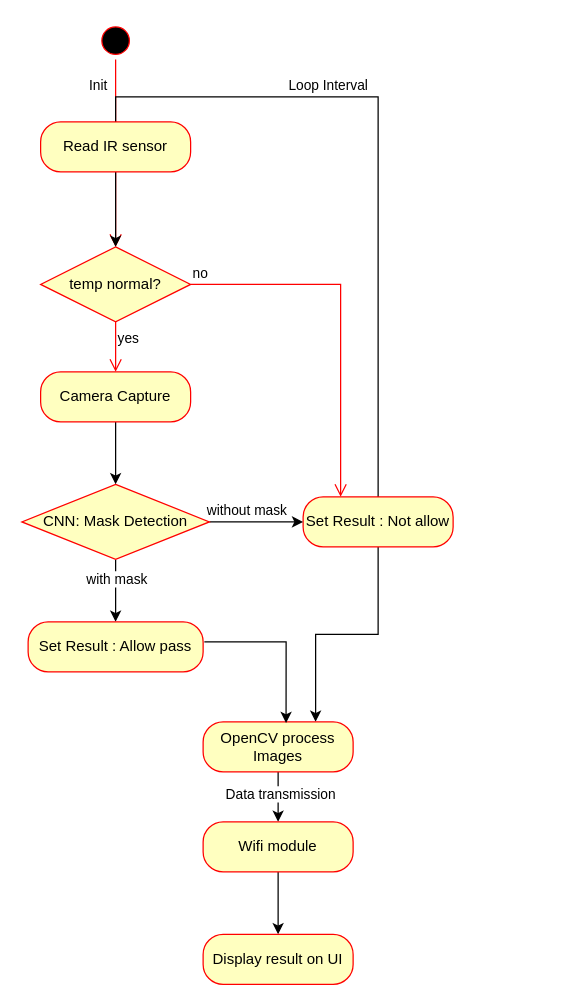
Above: page "status diagram" (4 of 4) of Untitled Diagram.drawio in ArcueidShiki/SmartEntrySystem (draw.io), before the change. Source tidied: cells renumbered, new cells numbered last; positions are measured from the earlier drawing's top-left corner, leaving out a move shared by most shapes. Both pictures are drawn from the tidied source at 125%, with x=0, y=0 at pixel (21, 21).
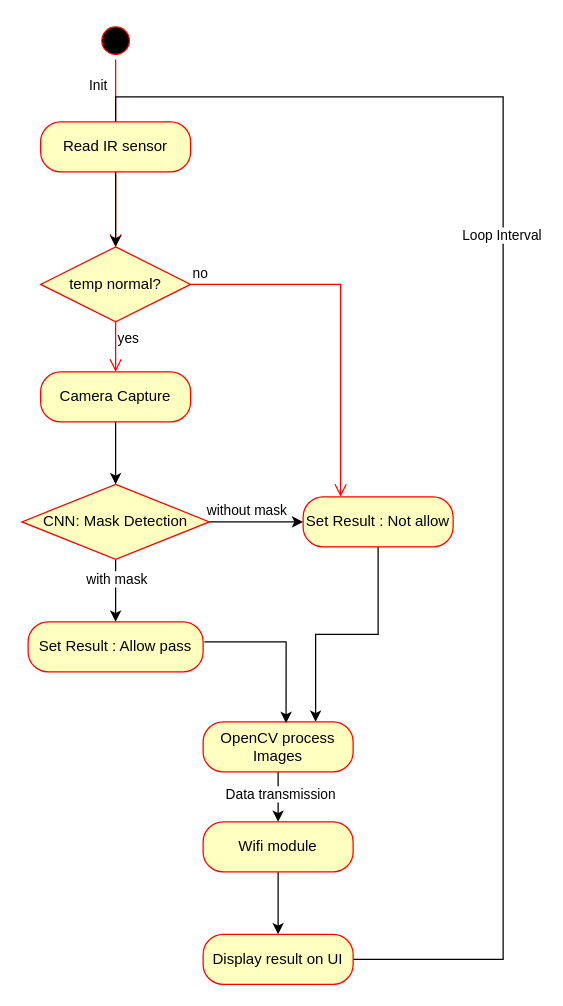
The same page after the edit.

The change refers to these unchanged cells:
```xml
<mxCell id="2" value="temp normal?" style="rhombus;whiteSpace=wrap;html=1;fontColor=#000000;fillColor=#ffffc0;strokeColor=#ff0000;" parent="1" vertex="1">
  <mxGeometry x="15" y="180" width="120" height="60" as="geometry" />
</mxCell>
<mxCell id="11" value="Set Result : Not allow" style="rounded=1;whiteSpace=wrap;html=1;arcSize=40;fontColor=#000000;fillColor=#ffffc0;strokeColor=#ff0000;" parent="1" vertex="1">
  <mxGeometry x="225" y="380" width="120" height="40" as="geometry" />
</mxCell>
<mxCell id="27" value="Display result on UI" style="rounded=1;whiteSpace=wrap;html=1;arcSize=40;fontColor=#000000;fillColor=#ffffc0;strokeColor=#ff0000;" parent="1" vertex="1">
  <mxGeometry x="145" y="730" width="120" height="40" as="geometry" />
</mxCell>
```

Diff of the diagram source:
```diff
@@
-    <mxCell id="8" style="edgeStyle=orthogonalEdgeStyle;rounded=0;jettySize=auto;html=1;entryX=0.5;entryY=0;entryDx=0;entryDy=0;exitX=0.5;exitY=0;exitDx=0;exitDy=0;" parent="1" edge="1" source="11" target="2">
+    <mxCell id="8" style="edgeStyle=orthogonalEdgeStyle;rounded=0;jettySize=auto;html=1;entryX=0.5;entryY=0;entryDx=0;entryDy=0;" parent="1" edge="1" source="27" target="2">
       <mxGeometry relative="1" as="geometry">
         <Array as="points">
-          <mxPoint x="285" y="60" />
+          <mxPoint x="385" y="750" />
+          <mxPoint x="385" y="60" />
           <mxPoint x="75" y="60" />
         </Array>
       </mxGeometry>
     </mxCell>
```
